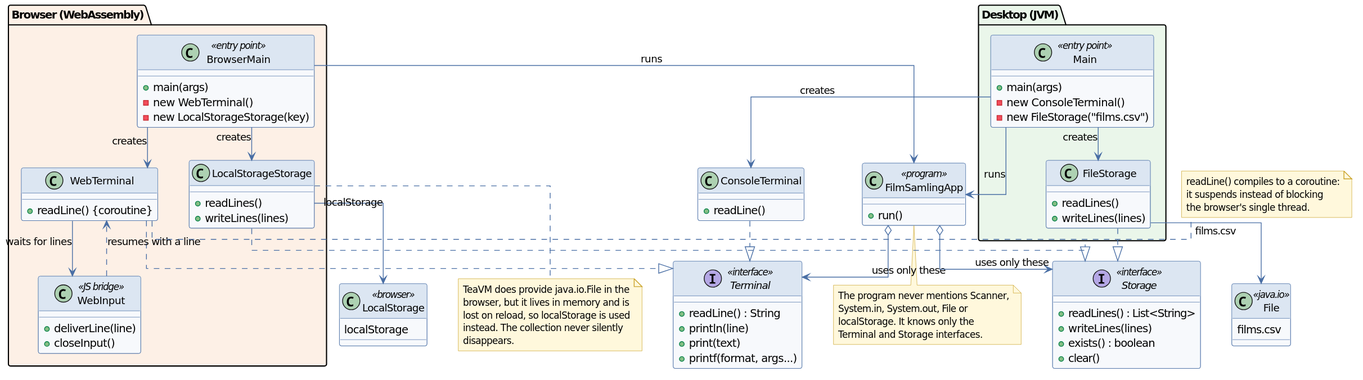
mwnDK1402/filmsamling keeps this PlantUML diagram as docs/diagrams/architecture.svg. Above is the earlier version.
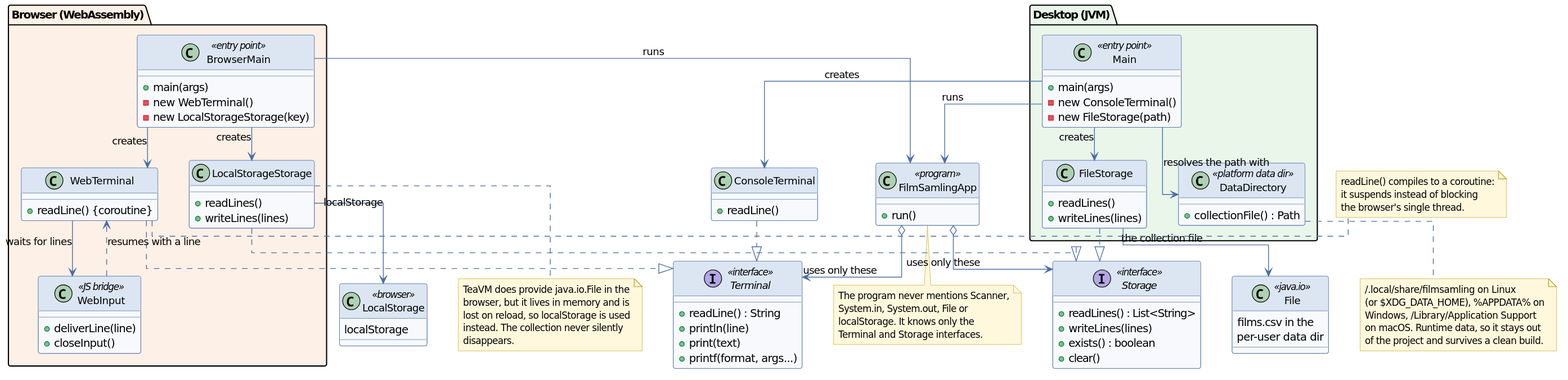
Later version of the same file.

Commit message:
Document where the desktop collection is stored

The README claimed films.csv lived "on disk" and the diagram showed it
next to FileStorage with no location. Both now say where the file
actually goes, per platform, and the diagram gains DataDirectory with a
note explaining why runtime data is kept out of the project.

The edit, as a diff of the source:
```diff
@@ -23,11 +23,14 @@
     class Main <<entry point>> {
         + main(args)
         - new ConsoleTerminal()
-        - new FileStorage("films.csv")
+        - new FileStorage(path)
     }
     class FileStorage {
         + readLines()
         + writeLines(lines)
+    }
+    class DataDirectory <<platform data dir>> {
+        + collectionFile() : Path
     }
 }
 
@@ -74,6 +77,7 @@
 
 Main --> ConsoleTerminal : creates
 Main --> FileStorage : creates
+Main --> DataDirectory : resolves the path with
 Main --> FilmSamlingApp : runs
 BrowserMain --> WebTerminal : creates
 BrowserMain --> LocalStorageStorage : creates
@@ -86,11 +90,12 @@
 FilmSamlingApp o--> Storage : uses only these
 WebTerminal --> WebInput : waits for lines
 WebInput ..> WebTerminal : resumes with a line
-FileStorage --> File : "films.csv"
+FileStorage --> File : "the collection file"
 LocalStorageStorage --> LocalStorage : localStorage
 
 class File <<java.io>> {
-    films.csv
+    films.csv in the
+    per-user data dir
 }
 class LocalStorage <<browser>> {
     localStorage
@@ -101,6 +106,14 @@
   System.in, System.out, File or
   localStorage. It knows only the
   Terminal and Storage interfaces.
+end note
+
+note bottom of DataDirectory
+  ~/.local/share/filmsamling on Linux
+  (or $XDG_DATA_HOME), %APPDATA% on
+  Windows, ~/Library/Application Support
+  on macOS. Runtime data, so it stays out
+  of the project and survives a clean build.
 end note
 
 note right of WebTerminal
```
